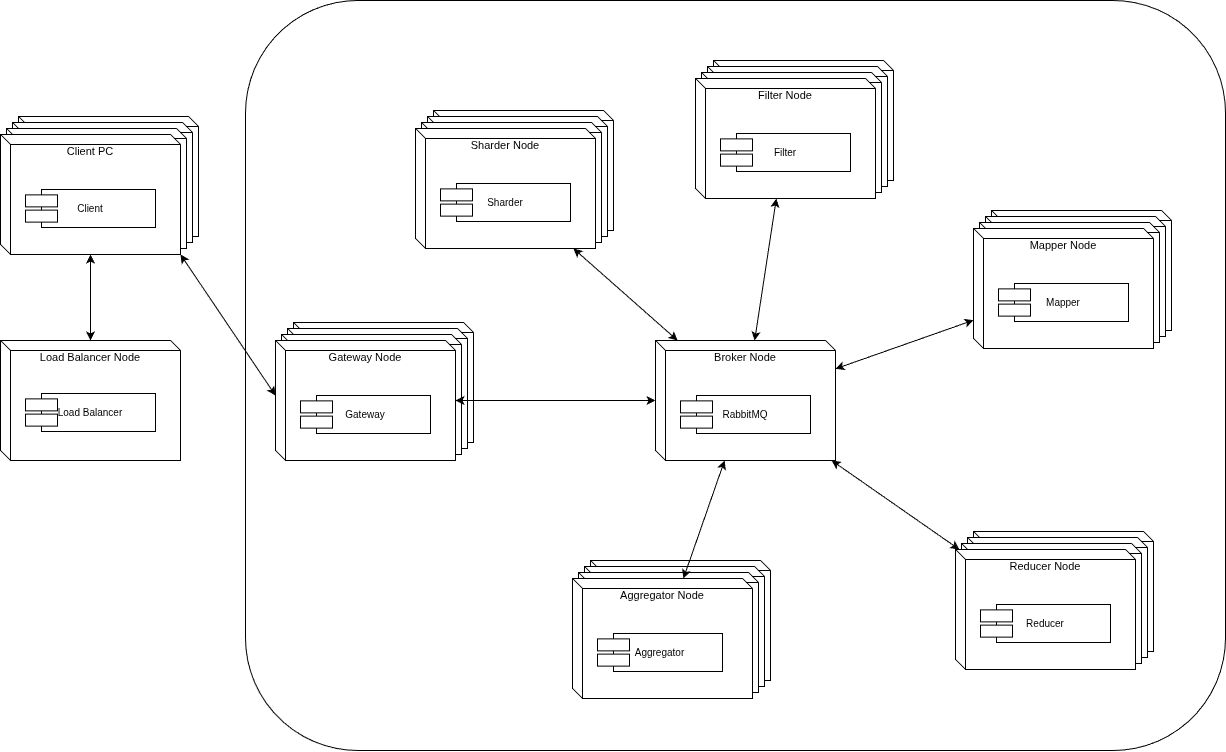
LucianaLarrosa/tp-distribuidos-moneylaundering keeps this draw.io diagram as docs/diagramas/diagrama_despliegue.png. Above is the earlier version. Source tidied: cells renumbered, new cells last; positions are measured from the earlier drawing's top-left corner, leaving out a move shared by most shapes. Its diagram source:
```xml
<mxGraphModel>
  <root>
    <mxCell id="0" />
    <mxCell id="1" parent="0" />
    <mxCell id="2" style="rounded=1;whiteSpace=wrap;html=1;fillColor=none;" parent="1" vertex="1">
      <mxGeometry x="245" width="980" height="750" as="geometry" />
    </mxCell>
    <mxCell id="3" value="Broker Node" style="shape=cube;size=10;whiteSpace=wrap;html=1;fillColor=#ffffff;strokeColor=#000000;verticalAlign=top;align=center;spacingTop=4;fontSize=11;" parent="1" vertex="1">
      <mxGeometry x="655" y="340" width="180" height="120" as="geometry" />
    </mxCell>
    <mxCell id="4" value="RabbitMQ" style="shape=component;align=center;fillColor=#ffffff;strokeColor=#000000;fontSize=10;" parent="1" vertex="1">
      <mxGeometry x="680" y="395" width="130" height="38" as="geometry" />
    </mxCell>
    <mxCell id="5" style="shape=cube;size=10;whiteSpace=wrap;html=1;fillColor=#ffffff;strokeColor=#000000;" parent="1" vertex="1">
      <mxGeometry x="293" y="322" width="180" height="120" as="geometry" />
    </mxCell>
    <mxCell id="6" style="shape=cube;size=10;whiteSpace=wrap;html=1;fillColor=#ffffff;strokeColor=#000000;" parent="1" vertex="1">
      <mxGeometry x="287" y="328" width="180" height="120" as="geometry" />
    </mxCell>
    <mxCell id="7" style="shape=cube;size=10;whiteSpace=wrap;html=1;fillColor=#ffffff;strokeColor=#000000;" parent="1" vertex="1">
      <mxGeometry x="281" y="334" width="180" height="120" as="geometry" />
    </mxCell>
    <mxCell id="8" value="Gateway Node" style="shape=cube;size=10;whiteSpace=wrap;html=1;fillColor=#ffffff;strokeColor=#000000;verticalAlign=top;align=center;spacingTop=4;fontSize=11;" parent="1" vertex="1">
      <mxGeometry x="275" y="340" width="180" height="120" as="geometry" />
    </mxCell>
    <mxCell id="9" style="shape=cube;size=10;whiteSpace=wrap;html=1;fillColor=#ffffff;strokeColor=#000000;" parent="1" vertex="1">
      <mxGeometry x="973" y="531" width="180" height="120" as="geometry" />
    </mxCell>
    <mxCell id="10" style="shape=cube;size=10;whiteSpace=wrap;html=1;fillColor=#ffffff;strokeColor=#000000;" parent="1" vertex="1">
      <mxGeometry x="967" y="537" width="180" height="120" as="geometry" />
    </mxCell>
    <mxCell id="11" style="shape=cube;size=10;whiteSpace=wrap;html=1;fillColor=#ffffff;strokeColor=#000000;" parent="1" vertex="1">
      <mxGeometry x="961" y="543" width="180" height="120" as="geometry" />
    </mxCell>
    <mxCell id="12" value="Reducer Node" style="shape=cube;size=10;whiteSpace=wrap;html=1;fillColor=#ffffff;strokeColor=#000000;verticalAlign=top;align=center;spacingTop=4;fontSize=11;" parent="1" vertex="1">
      <mxGeometry x="955" y="549" width="180" height="120" as="geometry" />
    </mxCell>
    <mxCell id="13" value="Reducer" style="shape=component;align=center;fillColor=#ffffff;strokeColor=#000000;fontSize=10;" parent="1" vertex="1">
      <mxGeometry x="980" y="604" width="130" height="38" as="geometry" />
    </mxCell>
    <mxCell id="14" style="shape=cube;size=10;whiteSpace=wrap;html=1;fillColor=#ffffff;strokeColor=#000000;" parent="1" vertex="1">
      <mxGeometry x="713" y="60" width="180" height="120" as="geometry" />
    </mxCell>
    <mxCell id="15" style="shape=cube;size=10;whiteSpace=wrap;html=1;fillColor=#ffffff;strokeColor=#000000;" parent="1" vertex="1">
      <mxGeometry x="707" y="66" width="180" height="120" as="geometry" />
    </mxCell>
    <mxCell id="16" style="shape=cube;size=10;whiteSpace=wrap;html=1;fillColor=#ffffff;strokeColor=#000000;" parent="1" vertex="1">
      <mxGeometry x="701" y="72" width="180" height="120" as="geometry" />
    </mxCell>
    <mxCell id="17" value="Filter Node" style="shape=cube;size=10;whiteSpace=wrap;html=1;fillColor=#ffffff;strokeColor=#000000;verticalAlign=top;align=center;spacingTop=4;fontSize=11;" parent="1" vertex="1">
      <mxGeometry x="695" y="78" width="180" height="120" as="geometry" />
    </mxCell>
    <mxCell id="18" value="Filter" style="shape=component;align=center;fillColor=#ffffff;strokeColor=#000000;fontSize=10;" parent="1" vertex="1">
      <mxGeometry x="720" y="133" width="130" height="38" as="geometry" />
    </mxCell>
    <mxCell id="19" style="shape=cube;size=10;whiteSpace=wrap;html=1;fillColor=#ffffff;strokeColor=#000000;" parent="1" vertex="1">
      <mxGeometry x="433" y="110" width="180" height="120" as="geometry" />
    </mxCell>
    <mxCell id="20" style="shape=cube;size=10;whiteSpace=wrap;html=1;fillColor=#ffffff;strokeColor=#000000;" parent="1" vertex="1">
      <mxGeometry x="427" y="116" width="180" height="120" as="geometry" />
    </mxCell>
    <mxCell id="21" style="shape=cube;size=10;whiteSpace=wrap;html=1;fillColor=#ffffff;strokeColor=#000000;" parent="1" vertex="1">
      <mxGeometry x="421" y="122" width="180" height="120" as="geometry" />
    </mxCell>
    <mxCell id="22" value="Sharder Node" style="shape=cube;size=10;whiteSpace=wrap;html=1;fillColor=#ffffff;strokeColor=#000000;verticalAlign=top;align=center;spacingTop=4;fontSize=11;" parent="1" vertex="1">
      <mxGeometry x="415" y="128" width="180" height="120" as="geometry" />
    </mxCell>
    <mxCell id="23" value="Sharder" style="shape=component;align=center;fillColor=#ffffff;strokeColor=#000000;fontSize=10;" parent="1" vertex="1">
      <mxGeometry x="440" y="183" width="130" height="38" as="geometry" />
    </mxCell>
    <mxCell id="24" style="shape=cube;size=10;whiteSpace=wrap;html=1;fillColor=#ffffff;strokeColor=#000000;" parent="1" vertex="1">
      <mxGeometry x="991" y="210" width="180" height="120" as="geometry" />
    </mxCell>
    <mxCell id="25" style="shape=cube;size=10;whiteSpace=wrap;html=1;fillColor=#ffffff;strokeColor=#000000;" parent="1" vertex="1">
      <mxGeometry x="985" y="216" width="180" height="120" as="geometry" />
    </mxCell>
    <mxCell id="26" style="shape=cube;size=10;whiteSpace=wrap;html=1;fillColor=#ffffff;strokeColor=#000000;" parent="1" vertex="1">
      <mxGeometry x="979" y="222" width="180" height="120" as="geometry" />
    </mxCell>
    <mxCell id="27" value="Mapper Node" style="shape=cube;size=10;whiteSpace=wrap;html=1;fillColor=#ffffff;strokeColor=#000000;verticalAlign=top;align=center;spacingTop=4;fontSize=11;" parent="1" vertex="1">
      <mxGeometry x="973" y="228" width="180" height="120" as="geometry" />
    </mxCell>
    <mxCell id="28" value="Mapper" style="shape=component;align=center;fillColor=#ffffff;strokeColor=#000000;fontSize=10;" parent="1" vertex="1">
      <mxGeometry x="998" y="283" width="130" height="38" as="geometry" />
    </mxCell>
    <mxCell id="29" style="shape=cube;size=10;whiteSpace=wrap;html=1;fillColor=#ffffff;strokeColor=#000000;" parent="1" vertex="1">
      <mxGeometry x="590" y="560" width="180" height="120" as="geometry" />
    </mxCell>
    <mxCell id="30" style="shape=cube;size=10;whiteSpace=wrap;html=1;fillColor=#ffffff;strokeColor=#000000;" parent="1" vertex="1">
      <mxGeometry x="584" y="566" width="180" height="120" as="geometry" />
    </mxCell>
    <mxCell id="31" style="shape=cube;size=10;whiteSpace=wrap;html=1;fillColor=#ffffff;strokeColor=#000000;" parent="1" vertex="1">
      <mxGeometry x="578" y="572" width="180" height="120" as="geometry" />
    </mxCell>
    <mxCell id="32" value="Aggregator Node" style="shape=cube;size=10;whiteSpace=wrap;html=1;fillColor=#ffffff;strokeColor=#000000;verticalAlign=top;align=center;spacingTop=4;fontSize=11;" parent="1" vertex="1">
      <mxGeometry x="572" y="578" width="180" height="120" as="geometry" />
    </mxCell>
    <mxCell id="33" value="Aggregator" style="shape=component;align=center;fillColor=#ffffff;strokeColor=#000000;fontSize=10;" parent="1" vertex="1">
      <mxGeometry x="597" y="633" width="125" height="38" as="geometry" />
    </mxCell>
    <mxCell id="34" style="endArrow=classic;startArrow=classic;html=1;rounded=0;strokeColor=#000000;startFill=1;endFill=1;exitX=1;exitY=1;exitDx=0;exitDy=0;exitPerimeter=0;entryX=0;entryY=0;entryDx=0;entryDy=55;entryPerimeter=0;" parent="1" edge="1" source="48" target="8">
      <mxGeometry relative="1" as="geometry" />
    </mxCell>
    <mxCell id="35" style="endArrow=classic;startArrow=classic;html=1;rounded=0;dashed=0;strokeColor=#000000;startFill=1;endFill=1;" parent="1" edge="1" source="8" target="3">
      <mxGeometry relative="1" as="geometry" />
    </mxCell>
    <mxCell id="36" style="endArrow=classic;startArrow=classic;html=1;rounded=0;dashed=0;strokeColor=#000000;startFill=1;endFill=1;" parent="1" edge="1" source="17" target="3">
      <mxGeometry relative="1" as="geometry" />
    </mxCell>
    <mxCell id="37" style="endArrow=classic;startArrow=classic;html=1;rounded=0;dashed=0;strokeColor=#000000;startFill=1;endFill=1;" parent="1" edge="1" source="22" target="3">
      <mxGeometry relative="1" as="geometry" />
    </mxCell>
    <mxCell id="38" style="endArrow=classic;startArrow=classic;html=1;rounded=0;dashed=0;strokeColor=#000000;startFill=1;endFill=1;" parent="1" edge="1" source="27" target="3">
      <mxGeometry relative="1" as="geometry" />
    </mxCell>
    <mxCell id="39" style="endArrow=classic;startArrow=classic;html=1;rounded=0;dashed=0;strokeColor=#000000;startFill=1;endFill=1;" parent="1" edge="1" source="32" target="3">
      <mxGeometry relative="1" as="geometry" />
    </mxCell>
    <mxCell id="40" style="endArrow=classic;startArrow=classic;html=1;rounded=0;dashed=0;strokeColor=#000000;startFill=1;endFill=1;" parent="1" edge="1" source="12" target="3">
      <mxGeometry relative="1" as="geometry" />
    </mxCell>
    <mxCell id="41" value="Load Balancer Node" style="shape=cube;size=10;whiteSpace=wrap;html=1;fillColor=#ffffff;strokeColor=#000000;verticalAlign=top;align=center;spacingTop=4;fontSize=11;" parent="1" vertex="1">
      <mxGeometry y="340" width="180" height="120" as="geometry" />
    </mxCell>
    <mxCell id="42" value="Gateway" style="shape=component;align=center;fillColor=#ffffff;strokeColor=#000000;fontSize=10;" parent="1" vertex="1">
      <mxGeometry x="300" y="395" width="130" height="38" as="geometry" />
    </mxCell>
    <mxCell id="43" value="Load Balancer" style="shape=component;align=center;fillColor=#ffffff;strokeColor=#000000;fontSize=10;" parent="1" vertex="1">
      <mxGeometry x="25" y="393" width="130" height="38" as="geometry" />
    </mxCell>
    <mxCell id="44" style="shape=cube;size=10;whiteSpace=wrap;html=1;fillColor=#ffffff;strokeColor=#000000;" parent="1" vertex="1">
      <mxGeometry x="18" y="116" width="180" height="120" as="geometry" />
    </mxCell>
    <mxCell id="45" style="shape=cube;size=10;whiteSpace=wrap;html=1;fillColor=#ffffff;strokeColor=#000000;" parent="1" vertex="1">
      <mxGeometry x="12" y="122" width="180" height="120" as="geometry" />
    </mxCell>
    <mxCell id="46" style="shape=cube;size=10;whiteSpace=wrap;html=1;fillColor=#ffffff;strokeColor=#000000;" parent="1" vertex="1">
      <mxGeometry x="6" y="128" width="180" height="120" as="geometry" />
    </mxCell>
    <mxCell id="47" style="edgeStyle=orthogonalEdgeStyle;rounded=0;jettySize=auto;html=1;startArrow=classic;startFill=1;" parent="1" edge="1" source="48" target="41">
      <mxGeometry relative="1" as="geometry" />
    </mxCell>
    <mxCell id="48" value="Client PC" style="shape=cube;size=10;whiteSpace=wrap;html=1;fillColor=#ffffff;strokeColor=#000000;verticalAlign=top;align=center;spacingTop=4;fontSize=11;" parent="1" vertex="1">
      <mxGeometry y="134" width="180" height="120" as="geometry" />
    </mxCell>
    <mxCell id="49" value="Client" style="shape=component;align=center;fillColor=#ffffff;strokeColor=#000000;fontSize=10;" parent="1" vertex="1">
      <mxGeometry x="25" y="189" width="130" height="38" as="geometry" />
    </mxCell>
  </root>
</mxGraphModel>
```
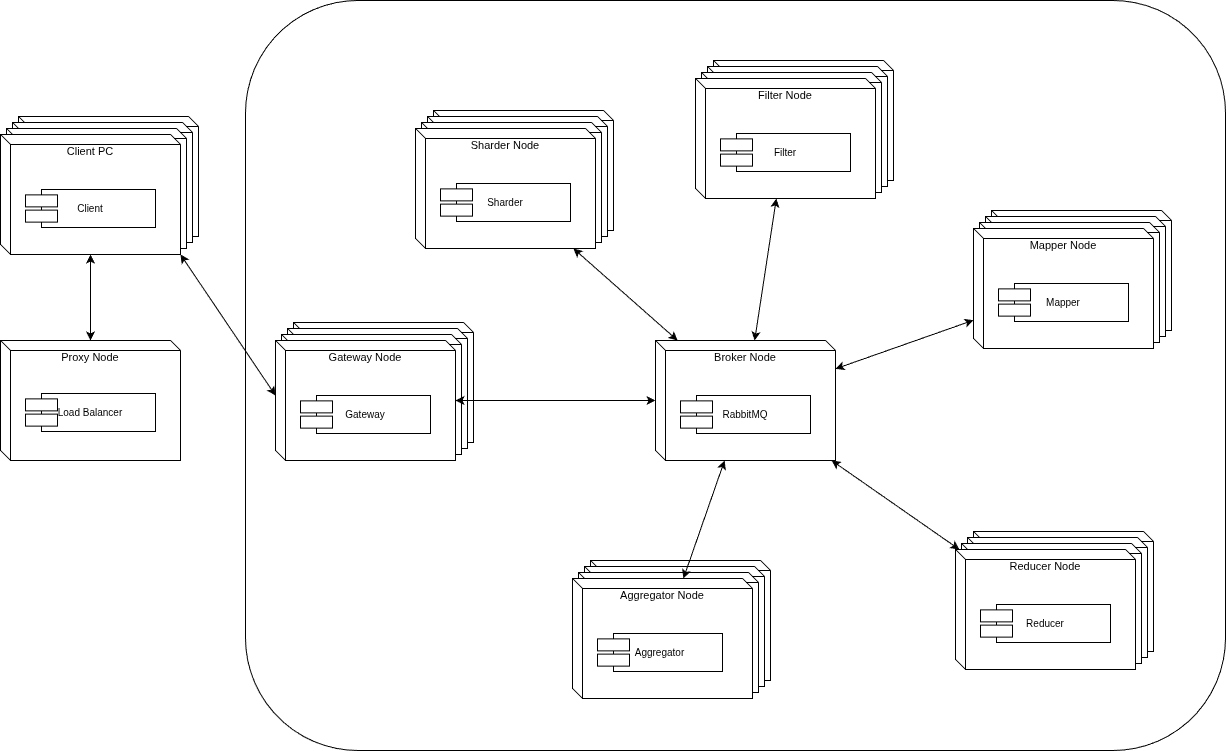
The same diagram one commit later.

Commit message:
docs: update deployment diagram to reflect recent architecture changes

What changed in the source:
```diff
@@ -119,7 +119,7 @@
     <mxCell id="40" style="endArrow=classic;startArrow=classic;html=1;rounded=0;dashed=0;strokeColor=#000000;startFill=1;endFill=1;" parent="1" edge="1" source="12" target="3">
       <mxGeometry relative="1" as="geometry" />
     </mxCell>
-    <mxCell id="41" value="Load Balancer Node" style="shape=cube;size=10;whiteSpace=wrap;html=1;fillColor=#ffffff;strokeColor=#000000;verticalAlign=top;align=center;spacingTop=4;fontSize=11;" parent="1" vertex="1">
+    <mxCell id="41" value="Proxy Node" style="shape=cube;size=10;whiteSpace=wrap;html=1;fillColor=#ffffff;strokeColor=#000000;verticalAlign=top;align=center;spacingTop=4;fontSize=11;" parent="1" vertex="1">
       <mxGeometry y="340" width="180" height="120" as="geometry" />
     </mxCell>
     <mxCell id="42" value="Gateway" style="shape=component;align=center;fillColor=#ffffff;strokeColor=#000000;fontSize=10;" parent="1" vertex="1">
```
